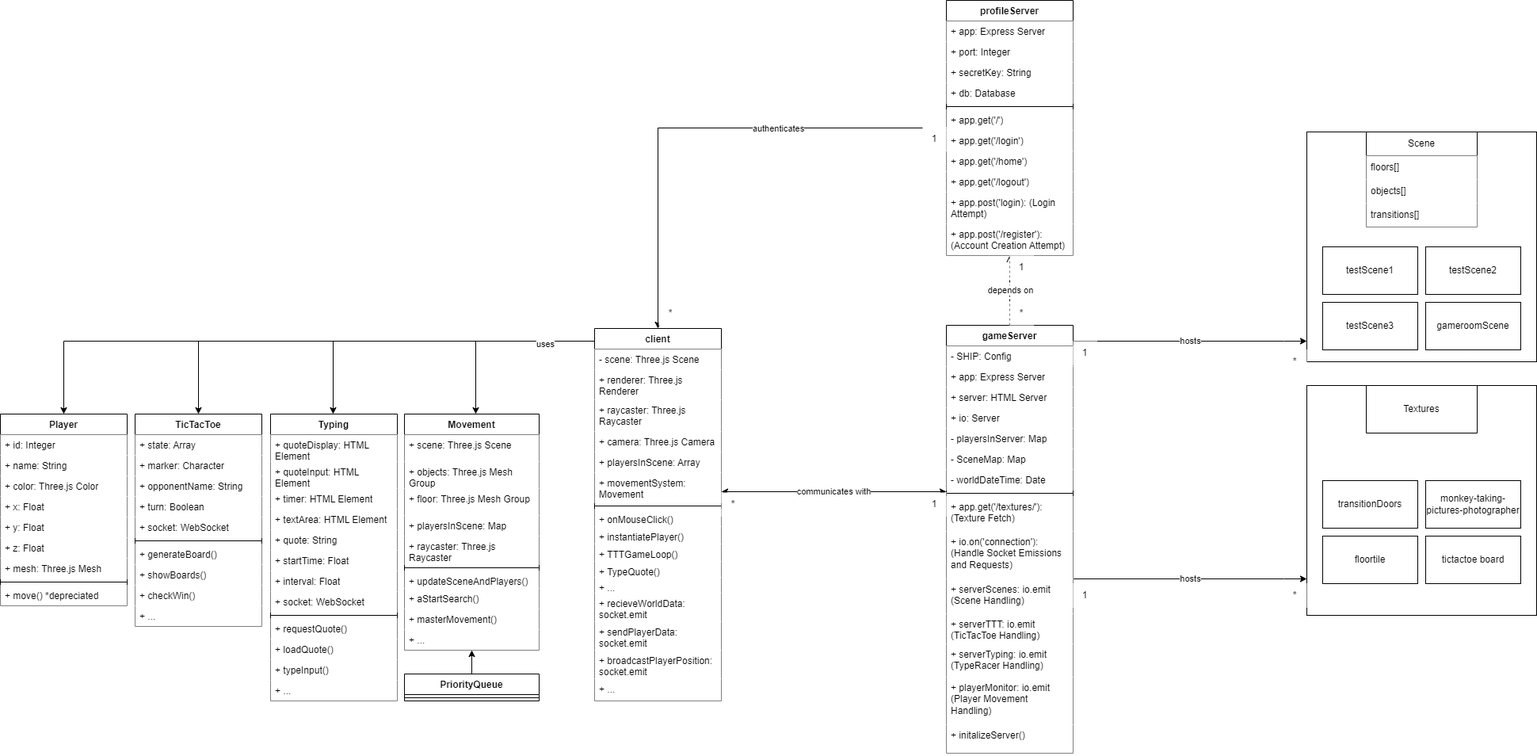
This is DucksDiagram.png from ClaytonWas/Ducks, a draw.io export, as it was before one commit. Source tidied: cells renumbered, new cells last; positions are measured from the earlier drawing's top-left corner, leaving out a move shared by most shapes.
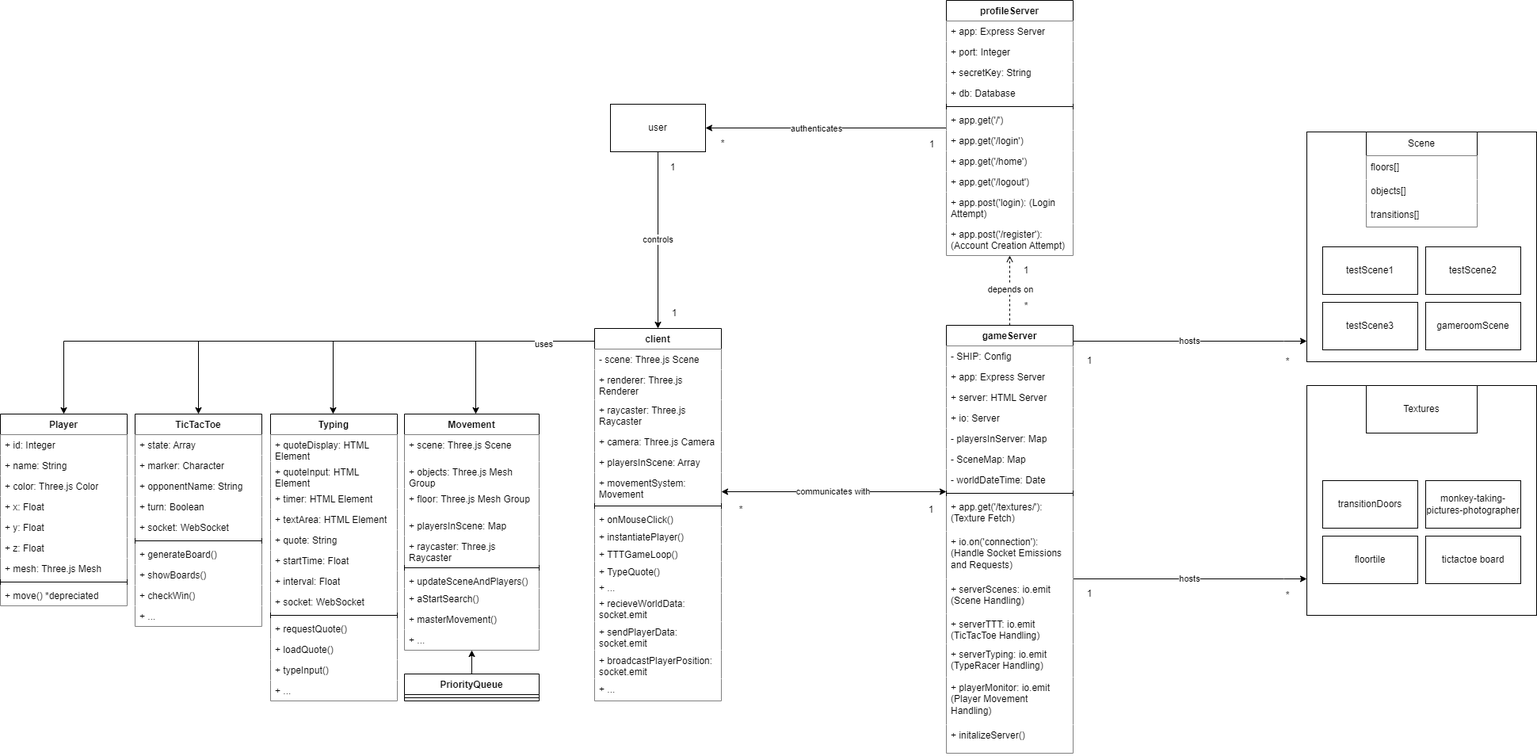
Above is the later version.

Diff of the diagram source:
```diff
@@ -99,12 +99,12 @@
     <mxCell id="30" value="&lt;div&gt;+ initalizeServer()&lt;/div&gt;" style="text;strokeColor=none;fillColor=#FFFFFF;align=left;verticalAlign=top;spacingLeft=4;spacingRight=4;overflow=hidden;whiteSpace=wrap;html=1;" parent="15" vertex="1">
       <mxGeometry y="504" width="160" height="36" as="geometry" />
     </mxCell>
-    <mxCell id="31" style="edgeStyle=orthogonalEdgeStyle;rounded=0;jettySize=auto;html=1;fillColor=#FFFFFF;" parent="1" edge="1" source="33" target="53">
+    <mxCell id="31" style="edgeStyle=orthogonalEdgeStyle;rounded=0;jettySize=auto;html=1;fillColor=#FFFFFF;" parent="1" edge="1" source="33" target="134">
       <mxGeometry relative="1" as="geometry" />
     </mxCell>
     <mxCell id="32" value="authenticates" style="edgeLabel;html=1;align=center;verticalAlign=middle;fillColor=#FFFFFF;" parent="31" vertex="1">
       <mxGeometry x="0.07" y="-4" relative="1" as="geometry">
-        <mxPoint x="115" y="4" as="offset" />
+        <mxPoint x="-3" y="4" as="offset" />
       </mxGeometry>
     </mxCell>
     <mxCell id="33" value="profileServer" style="swimlane;fontStyle=1;align=center;verticalAlign=top;horizontal=1;startSize=26;whiteSpace=wrap;html=1;fillColor=#FFFFFF;" parent="1" vertex="1">
@@ -144,10 +144,10 @@
       <mxGeometry y="282" width="160" height="40" as="geometry" />
     </mxCell>
     <mxCell id="45" value="1" style="text;html=1;align=center;verticalAlign=middle;whiteSpace=wrap;rounded=0;fillColor=#FFFFFF;" parent="1" vertex="1">
-      <mxGeometry x="1274" y="322" width="30" height="30" as="geometry" />
+      <mxGeometry x="1280" y="326" width="30" height="30" as="geometry" />
     </mxCell>
     <mxCell id="46" value="*" style="text;html=1;align=center;verticalAlign=middle;whiteSpace=wrap;rounded=0;fillColor=#FFFFFF;" parent="1" vertex="1">
-      <mxGeometry x="1274" y="380" width="30" height="30" as="geometry" />
+      <mxGeometry x="1280" y="371" width="30" height="30" as="geometry" />
     </mxCell>
     <mxCell id="47" value="communicates with" style="edgeStyle=orthogonalEdgeStyle;rounded=0;jettySize=auto;html=1;startArrow=classic;startFill=1;fillColor=#FFFFFF;" parent="1" edge="1" source="53" target="15">
       <mxGeometry relative="1" as="geometry">
@@ -240,22 +240,22 @@
       <mxGeometry y="442" width="160" height="28" as="geometry" />
     </mxCell>
     <mxCell id="70" value="1" style="text;html=1;align=center;verticalAlign=middle;whiteSpace=wrap;rounded=0;fillColor=#FFFFFF;" parent="1" vertex="1">
-      <mxGeometry x="1164" y="160" width="30" height="30" as="geometry" />
+      <mxGeometry x="1161" y="167" width="30" height="30" as="geometry" />
     </mxCell>
-    <mxCell id="71" value="*" style="text;html=1;align=center;verticalAlign=middle;whiteSpace=wrap;rounded=0;fillColor=#FFFFFF;" parent="1" vertex="1">
-      <mxGeometry x="831" y="380" width="30" height="30" as="geometry" />
+    <mxCell id="71" value="1" style="text;html=1;align=center;verticalAlign=middle;whiteSpace=wrap;rounded=0;fillColor=#FFFFFF;" parent="1" vertex="1">
+      <mxGeometry x="836" y="380" width="30" height="30" as="geometry" />
     </mxCell>
     <mxCell id="72" value="1" style="text;html=1;align=center;verticalAlign=middle;whiteSpace=wrap;rounded=0;fillColor=#FFFFFF;" parent="1" vertex="1">
-      <mxGeometry x="1354" y="736" width="30" height="30" as="geometry" />
+      <mxGeometry x="1360" y="734" width="30" height="30" as="geometry" />
     </mxCell>
     <mxCell id="73" value="*" style="text;html=1;align=center;verticalAlign=middle;whiteSpace=wrap;rounded=0;fillColor=#FFFFFF;" parent="1" vertex="1">
-      <mxGeometry x="1619" y="441" width="30" height="30" as="geometry" />
+      <mxGeometry x="1610" y="441" width="30" height="30" as="geometry" />
     </mxCell>
     <mxCell id="74" value="*" style="text;html=1;align=center;verticalAlign=middle;whiteSpace=wrap;rounded=0;fillColor=#FFFFFF;" parent="1" vertex="1">
-      <mxGeometry x="910" y="621" width="30" height="30" as="geometry" />
+      <mxGeometry x="920" y="628" width="30" height="30" as="geometry" />
     </mxCell>
     <mxCell id="75" value="1" style="text;html=1;align=center;verticalAlign=middle;whiteSpace=wrap;rounded=0;fillColor=#FFFFFF;" parent="1" vertex="1">
-      <mxGeometry x="1164" y="621" width="30" height="30" as="geometry" />
+      <mxGeometry x="1160" y="628" width="30" height="30" as="geometry" />
     </mxCell>
     <mxCell id="76" style="whiteSpace=wrap;html=1;fillColor=#FFFFFF;" parent="1" vertex="1">
       <mxGeometry x="1649" y="486" width="290" height="290" as="geometry" />
@@ -276,10 +276,10 @@
       <mxGeometry x="1724" y="486" width="140" height="60" as="geometry" />
     </mxCell>
     <mxCell id="82" value="*" style="text;html=1;align=center;verticalAlign=middle;whiteSpace=wrap;rounded=0;fillColor=#FFFFFF;" parent="1" vertex="1">
-      <mxGeometry x="1619" y="736" width="30" height="30" as="geometry" />
+      <mxGeometry x="1610" y="736" width="30" height="30" as="geometry" />
     </mxCell>
     <mxCell id="83" value="1" style="text;html=1;align=center;verticalAlign=middle;whiteSpace=wrap;rounded=0;fillColor=#FFFFFF;" parent="1" vertex="1">
-      <mxGeometry x="1354" y="430" width="30" height="30" as="geometry" />
+      <mxGeometry x="1360" y="440" width="30" height="30" as="geometry" />
     </mxCell>
     <mxCell id="84" value="TicTacToe" style="swimlane;fontStyle=1;align=center;verticalAlign=top;horizontal=1;startSize=26;whiteSpace=wrap;html=1;fillColor=#FFFFFF;" parent="1" vertex="1">
       <mxGeometry x="170" y="522" width="160" height="268" as="geometry" />
@@ -428,5 +428,17 @@
     <mxCell id="132" value="+ move() *depreciated" style="text;strokeColor=none;fillColor=#FFFFFF;align=left;verticalAlign=top;spacingLeft=4;spacingRight=4;overflow=hidden;whiteSpace=wrap;html=1;" parent="123" vertex="1">
       <mxGeometry y="216" width="160" height="26" as="geometry" />
     </mxCell>
+    <mxCell id="133" value="controls" style="edgeStyle=orthogonalEdgeStyle;rounded=0;jettySize=auto;html=1;" parent="1" edge="1" source="134" target="53">
+      <mxGeometry relative="1" as="geometry" />
+    </mxCell>
+    <mxCell id="134" value="user" style="rounded=0;whiteSpace=wrap;html=1;" parent="1" vertex="1">
+      <mxGeometry x="770" y="131" width="120" height="60" as="geometry" />
+    </mxCell>
+    <mxCell id="135" value="1" style="text;html=1;align=center;verticalAlign=middle;whiteSpace=wrap;rounded=0;fillColor=#FFFFFF;" parent="1" vertex="1">
+      <mxGeometry x="834" y="196" width="30" height="30" as="geometry" />
+    </mxCell>
+    <mxCell id="136" value="*" style="text;html=1;align=center;verticalAlign=middle;whiteSpace=wrap;rounded=0;fillColor=#FFFFFF;" parent="1" vertex="1">
+      <mxGeometry x="897" y="166" width="30" height="30" as="geometry" />
+    </mxCell>
   </root>
 </mxGraphModel>
```
